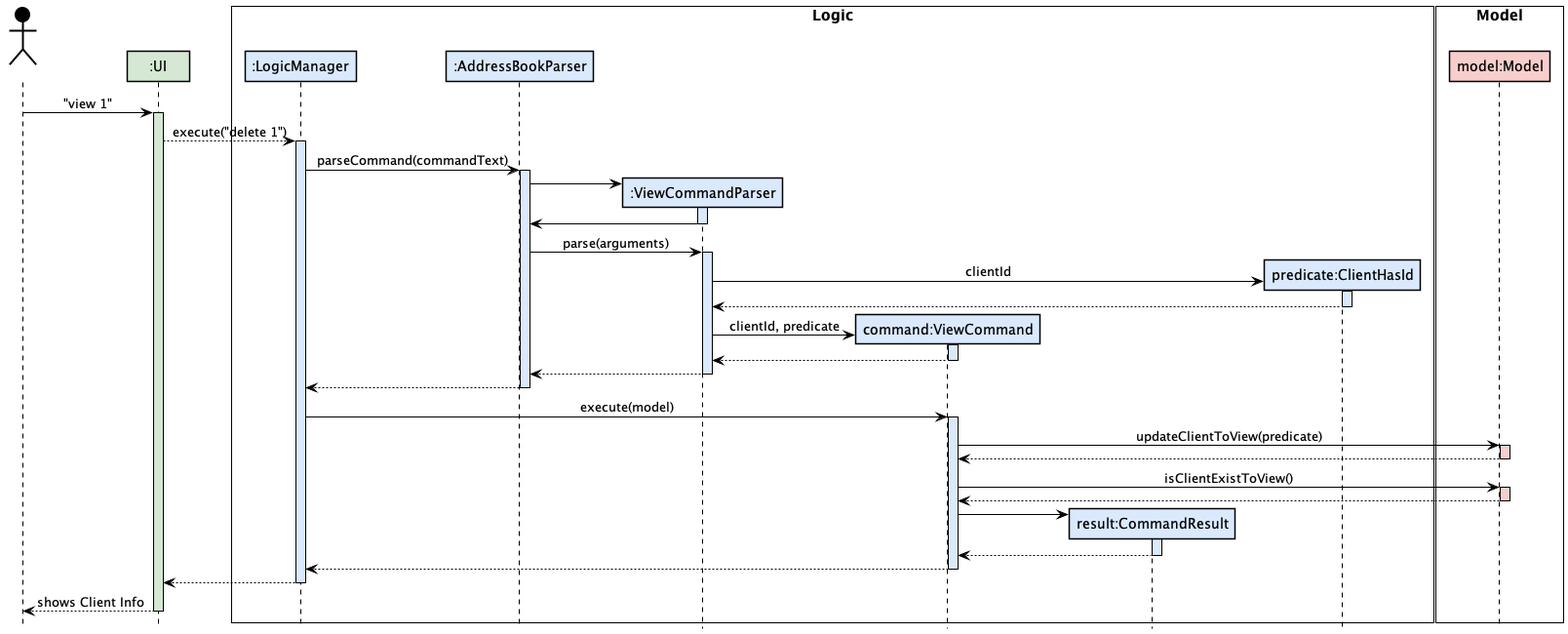
Above: docs/images/ViewCommandSequenceDiagram.png in nus-cs2103-AY2122S1/tp (PlantUML), before the change.
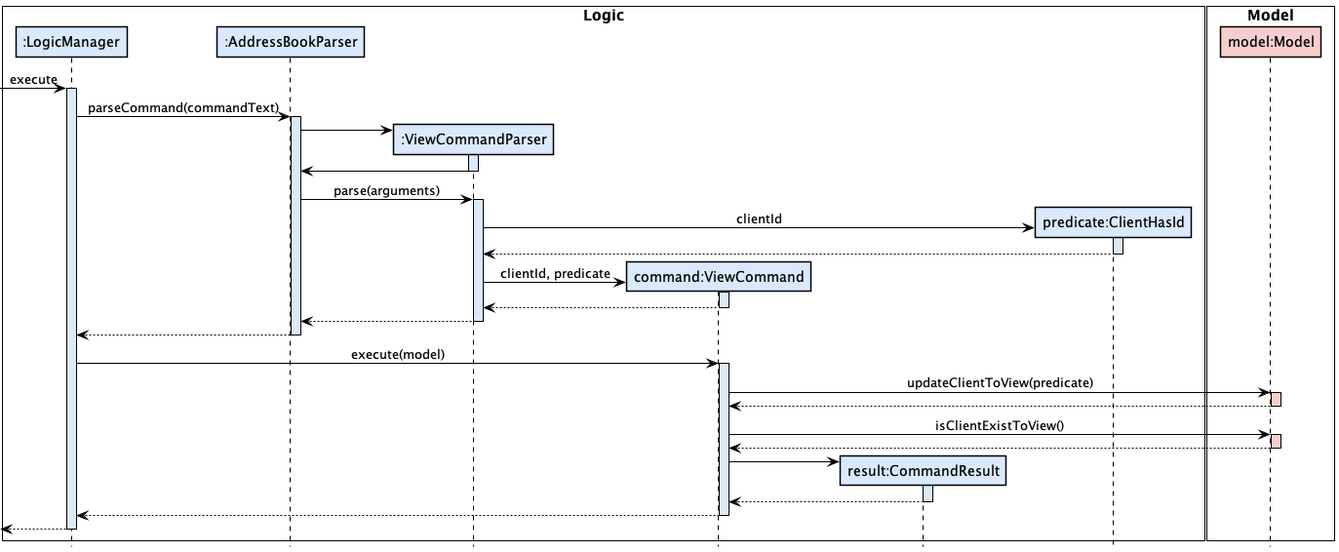
The same file after the commit.

Commit message:
Update ViewCommand implementation in DG

What changed in the source:
```diff
@@ -1,8 +1,5 @@
 @startuml
-!include style.puml
-
-Actor User as user USER_COLOR
-Participant ":UI" as ui UI_COLOR
+!include ../style.puml
 
 box "Logic" #00000000
 Participant ":LogicManager" as logic LOGIC_COLOR
@@ -18,10 +15,7 @@
 Participant "model:Model" as model MODEL_COLOR
 end box
 
-user -[USER_COLOR]> ui : "view 1"
-activate ui UI_COLOR
-
-ui --> logic : execute("delete 1")
+[-> logic : execute
 activate logic LOGIC_COLOR
 
 logic -> abp ++: parseCommand(commandText)
@@ -76,10 +70,7 @@
 fc --> logic --
 deactivate fc
 
-logic --> ui
+[<--logic
 deactivate logic
 
-ui--> user: shows Client Info
-deactivate ui
-
 @enduml
```
